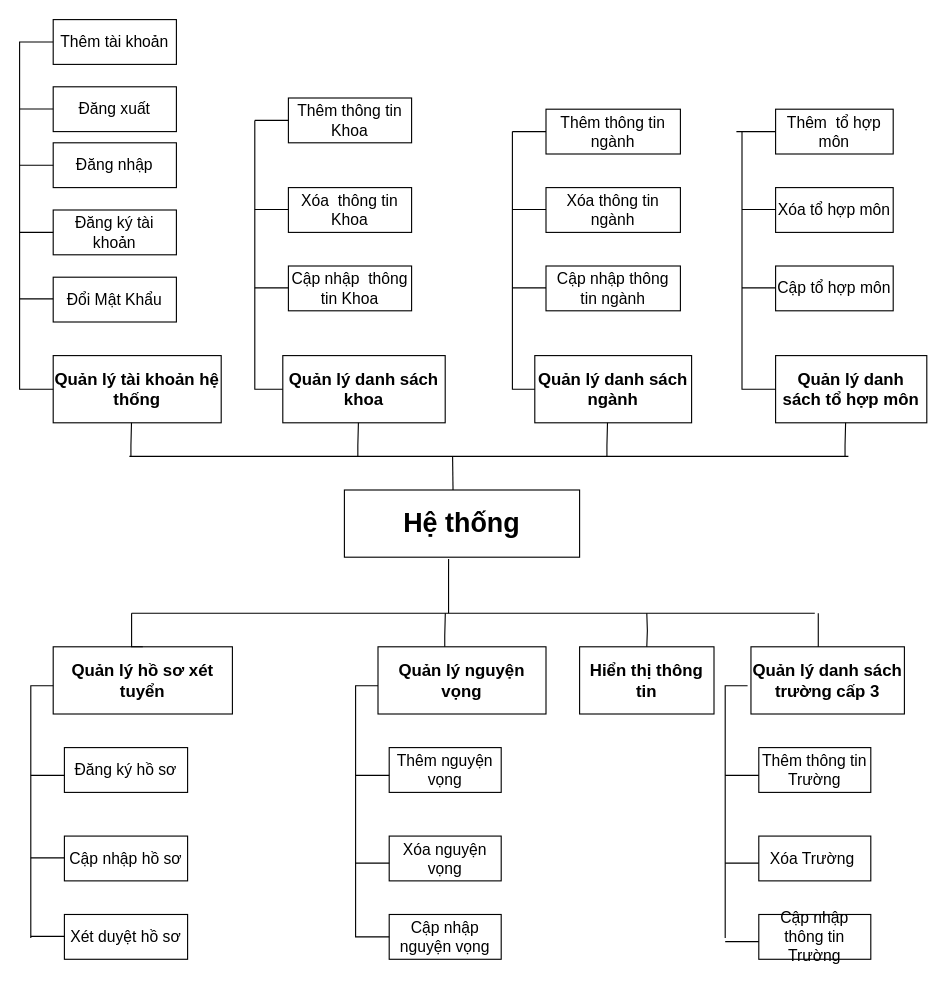
truongquangkhai99/TrinhVanTu_DATN keeps this draw.io diagram as page "Biểu đồ phân cấp chức năng" (3 of 11) of 1. Bao Cao/DATN.drawio. Above is the earlier version. Source tidied: cells renumbered, new cells numbered last; positions are measured from the earlier drawing's top-left corner, leaving out a move shared by most shapes. Both pictures are drawn from the tidied source at 112%, with x=0, y=0 at pixel (19, 19).
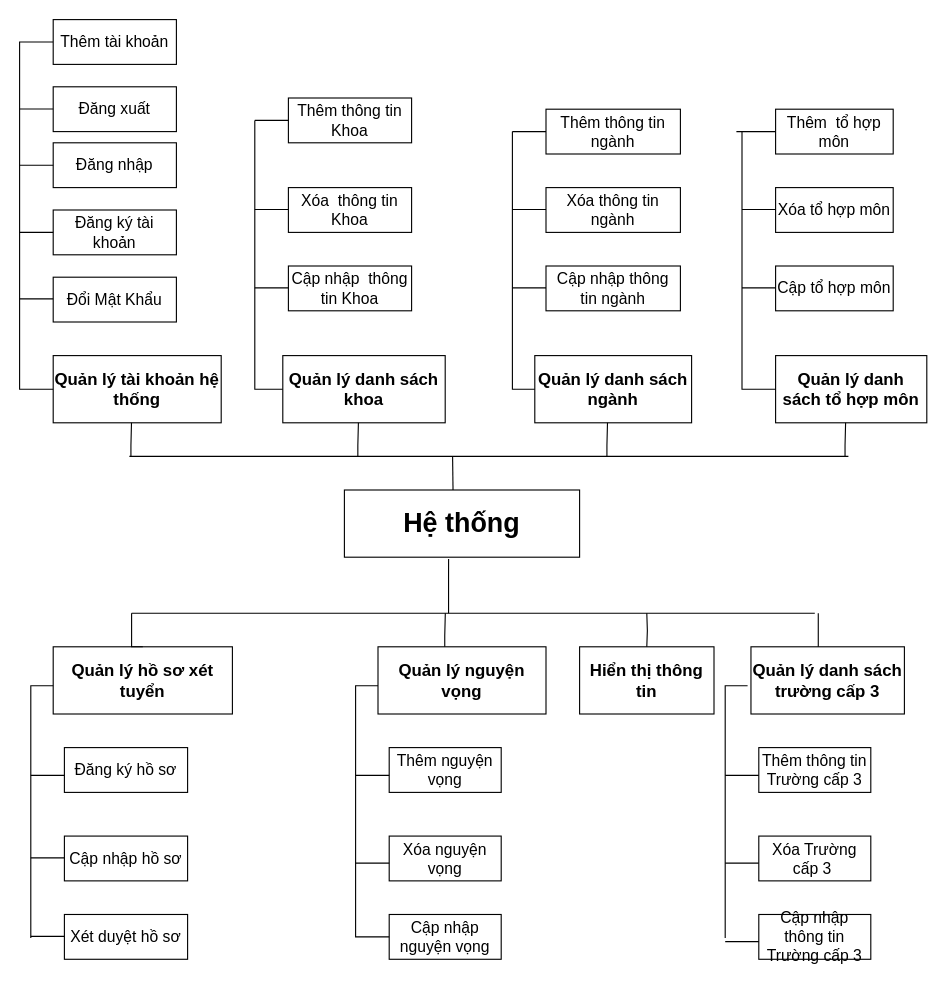
After the change.

Diff of the diagram source:
```diff
@@
-    <mxCell id="29" value="Thêm thông tin Trường" style="rounded=0;whiteSpace=wrap;html=1;fontSize=14;align=center;fontStyle=0;verticalAlign=middle;strokeColor=default;strokeWidth=1;" parent="1" vertex="1">
+    <mxCell id="29" value="Thêm thông tin Trường cấp 3" style="rounded=0;whiteSpace=wrap;html=1;fontSize=14;align=center;fontStyle=0;verticalAlign=middle;strokeColor=default;strokeWidth=1;" parent="1" vertex="1">
       <mxGeometry x="660" y="650" width="100" height="40" as="geometry" />
     </mxCell>
-    <mxCell id="30" value="Cập nhập thông tin Trường" style="rounded=0;whiteSpace=wrap;html=1;fontSize=14;align=center;fontStyle=0;verticalAlign=middle;strokeColor=default;strokeWidth=1;" parent="1" vertex="1">
+    <mxCell id="30" value="Cập nhập thông tin Trường cấp 3" style="rounded=0;whiteSpace=wrap;html=1;fontSize=14;align=center;fontStyle=0;verticalAlign=middle;strokeColor=default;strokeWidth=1;" parent="1" vertex="1">
       <mxGeometry x="660" y="799" width="100" height="40" as="geometry" />
     </mxCell>
-    <mxCell id="31" value="Xóa Trường&amp;nbsp;" style="rounded=0;whiteSpace=wrap;html=1;fontSize=14;align=center;fontStyle=0;verticalAlign=middle;strokeColor=default;strokeWidth=1;" parent="1" vertex="1">
+    <mxCell id="31" value="Xóa Trường cấp 3&amp;nbsp;" style="rounded=0;whiteSpace=wrap;html=1;fontSize=14;align=center;fontStyle=0;verticalAlign=middle;strokeColor=default;strokeWidth=1;" parent="1" vertex="1">
       <mxGeometry x="660" y="729" width="100" height="40" as="geometry" />
     </mxCell>
```
